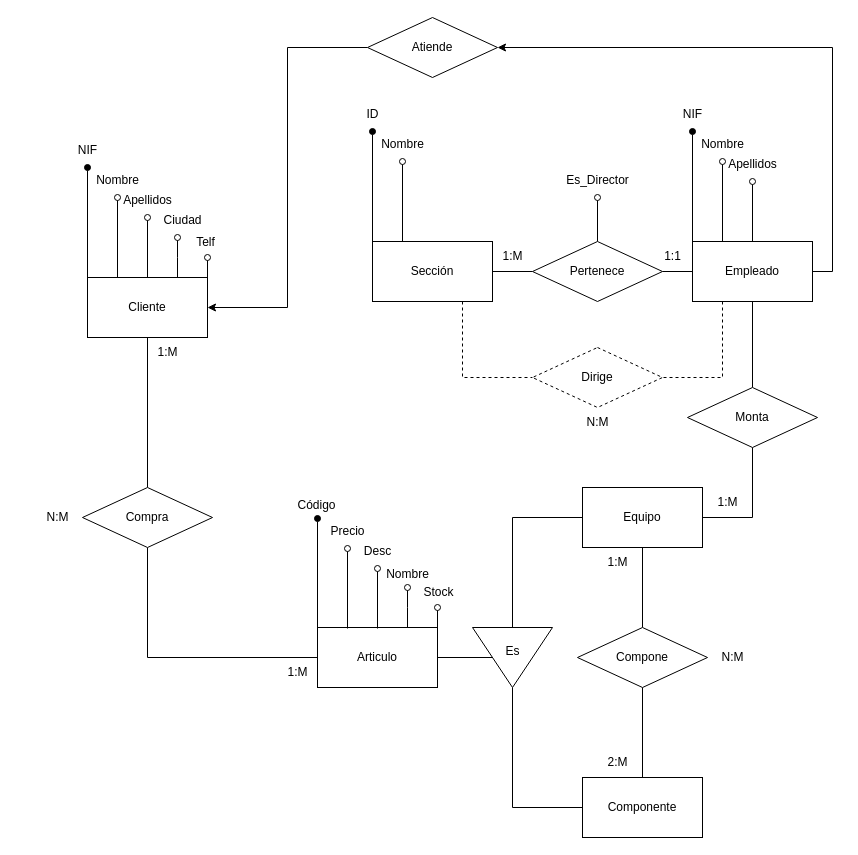
Earlier version of the draw.io diagram Untitled Diagram.drawio (Gotrufo-Eloy/Proyectos). Source tidied: cells renumbered, new cells numbered last; positions are measured from the earlier drawing's top-left corner, leaving out a move shared by most shapes. Both pictures are drawn from the tidied source at 100%, with x=0, y=0 at pixel (32, 17).
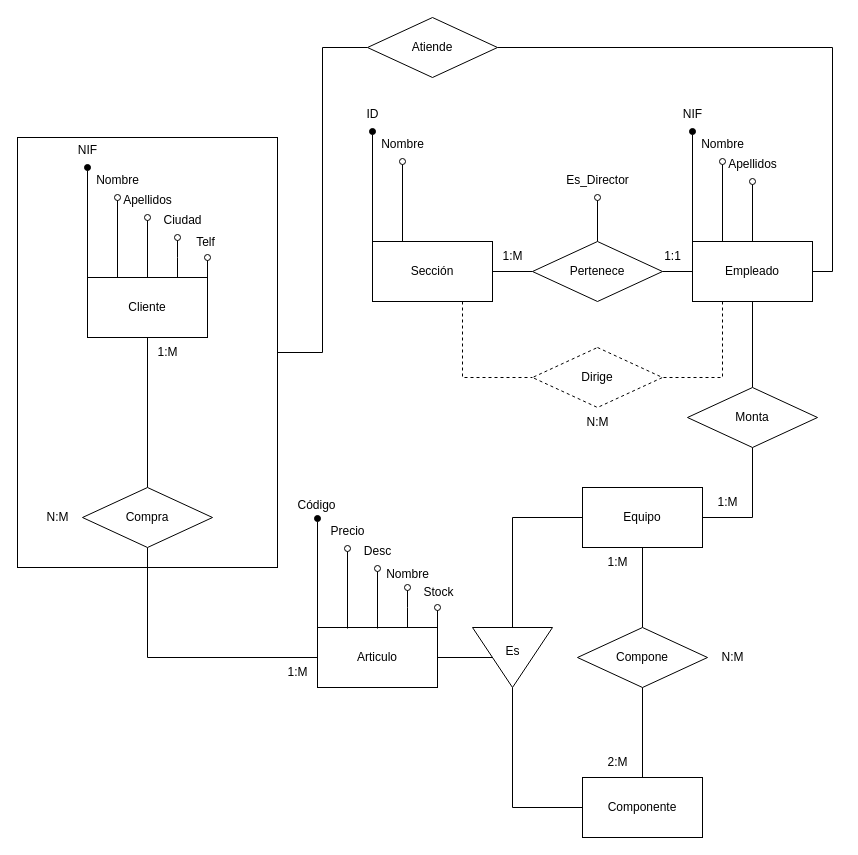
After the change.

The change refers to these unchanged cells:
```xml
<mxCell id="9" value="Cliente" style="rounded=0;whiteSpace=wrap;html=1;" parent="1" vertex="1">
  <mxGeometry x="55" y="260" width="120" height="60" as="geometry" />
</mxCell>
<mxCell id="17" value="Empleado" style="rounded=0;whiteSpace=wrap;html=1;" parent="1" vertex="1">
  <mxGeometry x="660" y="224" width="120" height="60" as="geometry" />
</mxCell>
<mxCell id="72" value="Atiende" style="rhombus;whiteSpace=wrap;html=1;" parent="1" vertex="1">
  <mxGeometry x="335" width="130" height="60" as="geometry" />
</mxCell>
```

Diff of the diagram source:
```diff
@@
-    <mxCell id="16" style="edgeStyle=orthogonalEdgeStyle;rounded=0;jettySize=auto;html=1;exitX=1;exitY=0.5;exitDx=0;exitDy=0;entryX=1;entryY=0.5;entryDx=0;entryDy=0;" parent="1" edge="1" source="17" target="72">
+    <mxCell id="16" style="edgeStyle=orthogonalEdgeStyle;rounded=0;jettySize=auto;html=1;exitX=1;exitY=0.5;exitDx=0;exitDy=0;entryX=1;entryY=0.5;entryDx=0;entryDy=0;endArrow=none;endFill=0;" parent="1" edge="1" source="17" target="72">
       <mxGeometry relative="1" as="geometry" />
     </mxCell>
@@
-    <mxCell id="71" style="edgeStyle=orthogonalEdgeStyle;rounded=0;jettySize=auto;html=1;exitX=0;exitY=0.5;exitDx=0;exitDy=0;entryX=1;entryY=0.5;entryDx=0;entryDy=0;" parent="1" edge="1" source="72" target="9">
-      <mxGeometry relative="1" as="geometry" />
-    </mxCell>
+    <mxCell id="73" style="edgeStyle=orthogonalEdgeStyle;rounded=0;jettySize=auto;html=1;exitX=0;exitY=0.5;exitDx=0;exitDy=0;entryX=1;entryY=0.5;entryDx=0;entryDy=0;endArrow=none;endFill=0;" parent="1" edge="1" source="72" target="74">
+      <mxGeometry relative="1" as="geometry" />
+    </mxCell>
@@
+    <mxCell id="74" style="rounded=0;whiteSpace=wrap;html=1;fillColor=none;" parent="1" vertex="1">
+      <mxGeometry x="-15" y="120" width="260" height="430" as="geometry" />
+    </mxCell>
```
